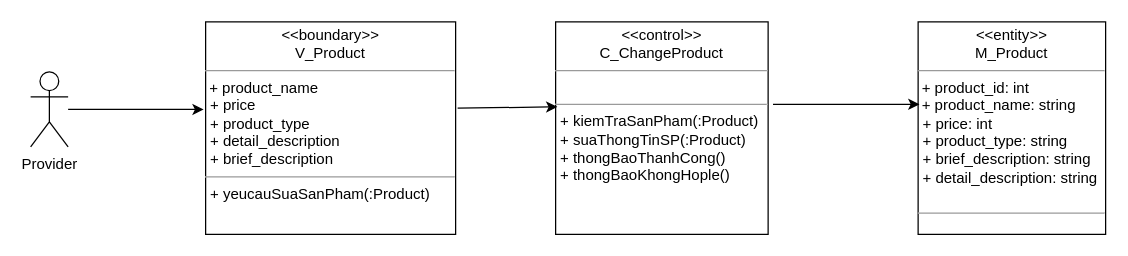
Earlier version of the draw.io diagram Lop_tham_gia_Usecase/Duy's ClassUC/SuaSanPhamClass.drawio (hoangminh15/PTTKHT). Source tidied: cells renumbered, new cells numbered last; positions are measured from the earlier drawing's top-left corner, leaving out a move shared by most shapes. Both pictures are drawn from the tidied source at 125%, with x=0, y=0 at pixel (30, 21).
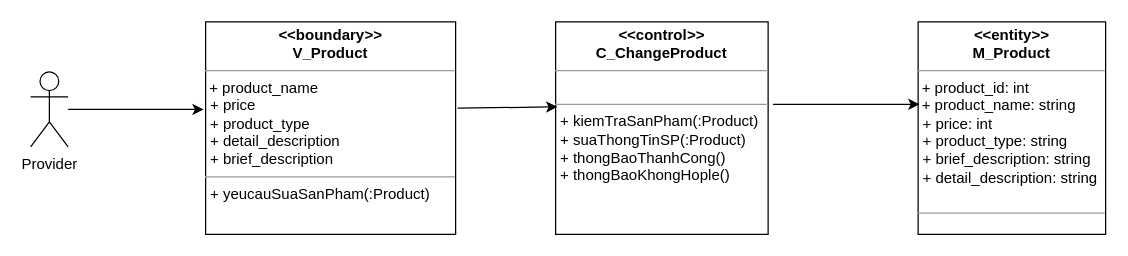
After the change.

What changed in the source:
```diff
@@
 <mxGraphModel>
   <root>
     <mxCell id="0" />
     <mxCell id="1" parent="0" />
     <mxCell id="2" value="Provider" style="shape=umlActor;verticalLabelPosition=bottom;verticalAlign=top;html=1;" parent="1" vertex="1">
       <mxGeometry y="40" width="30" height="60" as="geometry" />
     </mxCell>
-    <mxCell id="3" value="&lt;p style=&quot;margin: 0px ; margin-top: 4px ; text-align: center&quot;&gt;&lt;i&gt;&amp;lt;&lt;/i&gt;&amp;lt;boundary&lt;i&gt;&amp;gt;&amp;gt;&lt;/i&gt;&lt;br&gt;V_Product&lt;/p&gt;&lt;hr size=&quot;1&quot;&gt;&amp;nbsp;+ product_name&lt;br&gt;&lt;p style=&quot;margin: 0px ; margin-left: 4px&quot;&gt;+ price&lt;br&gt;&lt;/p&gt;&lt;p style=&quot;margin: 0px ; margin-left: 4px&quot;&gt;+ product_type&lt;br&gt;&lt;/p&gt;&lt;p style=&quot;margin: 0px ; margin-left: 4px&quot;&gt;+ detail_description&lt;br&gt;&lt;/p&gt;&lt;p style=&quot;margin: 0px ; margin-left: 4px&quot;&gt;+ brief_description&lt;br&gt;&lt;/p&gt;&lt;hr size=&quot;1&quot;&gt;&lt;p style=&quot;margin: 0px ; margin-left: 4px&quot;&gt;+ yeucauSuaSanPham(:Product)&lt;br&gt;&lt;/p&gt;" style="verticalAlign=top;align=left;overflow=fill;fontSize=12;fontFamily=Helvetica;html=1;" parent="1" vertex="1">
+    <mxCell id="3" value="&lt;p style=&quot;margin: 0px ; margin-top: 4px ; text-align: center&quot;&gt;&lt;b&gt;&lt;i&gt;&amp;lt;&lt;/i&gt;&amp;lt;boundary&lt;i&gt;&amp;gt;&amp;gt;&lt;/i&gt;&lt;br&gt;V_Product&lt;/b&gt;&lt;/p&gt;&lt;hr size=&quot;1&quot;&gt;&amp;nbsp;+ product_name&lt;br&gt;&lt;p style=&quot;margin: 0px ; margin-left: 4px&quot;&gt;+ price&lt;br&gt;&lt;/p&gt;&lt;p style=&quot;margin: 0px ; margin-left: 4px&quot;&gt;+ product_type&lt;br&gt;&lt;/p&gt;&lt;p style=&quot;margin: 0px ; margin-left: 4px&quot;&gt;+ detail_description&lt;br&gt;&lt;/p&gt;&lt;p style=&quot;margin: 0px ; margin-left: 4px&quot;&gt;+ brief_description&lt;br&gt;&lt;/p&gt;&lt;hr size=&quot;1&quot;&gt;&lt;p style=&quot;margin: 0px ; margin-left: 4px&quot;&gt;+ yeucauSuaSanPham(:Product)&lt;br&gt;&lt;/p&gt;" style="verticalAlign=top;align=left;overflow=fill;fontSize=12;fontFamily=Helvetica;html=1;" parent="1" vertex="1">
       <mxGeometry x="140" width="200" height="170" as="geometry" />
     </mxCell>
-    <mxCell id="4" value="&lt;p style=&quot;margin: 0px ; margin-top: 4px ; text-align: center&quot;&gt;&lt;i&gt;&amp;lt;&lt;/i&gt;&amp;lt;control&lt;i&gt;&amp;gt;&amp;gt;&lt;/i&gt;&lt;br&gt;C_ChangeProduct&lt;/p&gt;&lt;hr size=&quot;1&quot;&gt;&lt;br&gt;&lt;hr size=&quot;1&quot;&gt;&lt;p style=&quot;margin: 0px ; margin-left: 4px&quot;&gt;+ kiemTraSanPham(:Product)&lt;br&gt;&lt;/p&gt;&lt;p style=&quot;margin: 0px ; margin-left: 4px&quot;&gt;+ suaThongTinSP(:Product)&lt;/p&gt;&lt;p style=&quot;margin: 0px ; margin-left: 4px&quot;&gt;+ thongBaoThanhCong()&lt;/p&gt;&lt;p style=&quot;margin: 0px ; margin-left: 4px&quot;&gt;+ thongBaoKhongHople()&lt;/p&gt;" style="verticalAlign=top;align=left;overflow=fill;fontSize=12;fontFamily=Helvetica;html=1;" parent="1" vertex="1">
+    <mxCell id="4" value="&lt;p style=&quot;margin: 0px ; margin-top: 4px ; text-align: center&quot;&gt;&lt;b&gt;&lt;i&gt;&amp;lt;&lt;/i&gt;&amp;lt;control&lt;i&gt;&amp;gt;&amp;gt;&lt;/i&gt;&lt;br&gt;C_ChangeProduct&lt;/b&gt;&lt;/p&gt;&lt;hr size=&quot;1&quot;&gt;&lt;br&gt;&lt;hr size=&quot;1&quot;&gt;&lt;p style=&quot;margin: 0px ; margin-left: 4px&quot;&gt;+ kiemTraSanPham(:Product)&lt;br&gt;&lt;/p&gt;&lt;p style=&quot;margin: 0px ; margin-left: 4px&quot;&gt;+ suaThongTinSP(:Product)&lt;/p&gt;&lt;p style=&quot;margin: 0px ; margin-left: 4px&quot;&gt;+ thongBaoThanhCong()&lt;/p&gt;&lt;p style=&quot;margin: 0px ; margin-left: 4px&quot;&gt;+ thongBaoKhongHople()&lt;/p&gt;" style="verticalAlign=top;align=left;overflow=fill;fontSize=12;fontFamily=Helvetica;html=1;" parent="1" vertex="1">
       <mxGeometry x="420" width="170" height="170" as="geometry" />
     </mxCell>
     <mxCell id="5" style="endArrow=classic;html=1;exitX=1.008;exitY=0.406;exitDx=0;exitDy=0;exitPerimeter=0;entryX=0.008;entryY=0.4;entryDx=0;entryDy=0;entryPerimeter=0;" parent="1" edge="1" source="3" target="4">
       <mxGeometry relative="1" as="geometry" />
     </mxCell>
     <mxCell id="6" style="endArrow=classic;html=1;entryX=-0.008;entryY=0.412;entryDx=0;entryDy=0;entryPerimeter=0;" parent="1" edge="1" source="2" target="3">
       <mxGeometry relative="1" as="geometry" />
     </mxCell>
-    <mxCell id="7" value="&lt;p style=&quot;margin: 0px ; margin-top: 4px ; text-align: center&quot;&gt;&lt;i&gt;&amp;lt;&lt;/i&gt;&amp;lt;entity&lt;i&gt;&amp;gt;&amp;gt;&lt;/i&gt;&lt;br&gt;M_Product&lt;/p&gt;&lt;hr size=&quot;1&quot;&gt;&lt;div&gt;&amp;nbsp;+ product_id: int&lt;br&gt;&lt;/div&gt;&lt;div&gt;&amp;nbsp;+ product_name: string&lt;br&gt;&lt;/div&gt;&lt;p style=&quot;margin: 0px ; margin-left: 4px&quot;&gt;+ price: int&lt;br&gt;&lt;/p&gt;&lt;p style=&quot;margin: 0px ; margin-left: 4px&quot;&gt;+ product_type: string&lt;br&gt;&lt;/p&gt;&lt;p style=&quot;margin: 0px ; margin-left: 4px&quot;&gt;+ brief_description: string&lt;br&gt;&lt;/p&gt;&lt;p style=&quot;margin: 0px ; margin-left: 4px&quot;&gt;+ detail_description: string&lt;br&gt;&lt;/p&gt;&amp;nbsp;&lt;br&gt;&lt;hr size=&quot;1&quot;&gt;&lt;p style=&quot;margin: 0px ; margin-left: 4px&quot;&gt;&lt;br&gt;&lt;br&gt;&lt;/p&gt;" style="verticalAlign=top;align=left;overflow=fill;fontSize=12;fontFamily=Helvetica;html=1;" parent="1" vertex="1">
+    <mxCell id="7" value="&lt;p style=&quot;margin: 0px ; margin-top: 4px ; text-align: center&quot;&gt;&lt;b&gt;&lt;i&gt;&amp;lt;&lt;/i&gt;&amp;lt;entity&lt;i&gt;&amp;gt;&amp;gt;&lt;/i&gt;&lt;br&gt;M_Product&lt;/b&gt;&lt;/p&gt;&lt;hr size=&quot;1&quot;&gt;&lt;div&gt;&amp;nbsp;+ product_id: int&lt;br&gt;&lt;/div&gt;&lt;div&gt;&amp;nbsp;+ product_name: string&lt;br&gt;&lt;/div&gt;&lt;p style=&quot;margin: 0px ; margin-left: 4px&quot;&gt;+ price: int&lt;br&gt;&lt;/p&gt;&lt;p style=&quot;margin: 0px ; margin-left: 4px&quot;&gt;+ product_type: string&lt;br&gt;&lt;/p&gt;&lt;p style=&quot;margin: 0px ; margin-left: 4px&quot;&gt;+ brief_description: string&lt;br&gt;&lt;/p&gt;&lt;p style=&quot;margin: 0px ; margin-left: 4px&quot;&gt;+ detail_description: string&lt;br&gt;&lt;/p&gt;&amp;nbsp;&lt;br&gt;&lt;hr size=&quot;1&quot;&gt;&lt;p style=&quot;margin: 0px ; margin-left: 4px&quot;&gt;&lt;br&gt;&lt;br&gt;&lt;/p&gt;" style="verticalAlign=top;align=left;overflow=fill;fontSize=12;fontFamily=Helvetica;html=1;" parent="1" vertex="1">
       <mxGeometry x="710" width="150" height="170" as="geometry" />
     </mxCell>
     <mxCell id="8" style="endArrow=classic;html=1;exitX=1.023;exitY=0.388;exitDx=0;exitDy=0;exitPerimeter=0;entryX=0.007;entryY=0.388;entryDx=0;entryDy=0;entryPerimeter=0;" parent="1" edge="1" source="4" target="7">
       <mxGeometry relative="1" as="geometry" />
     </mxCell>
   </root>
 </mxGraphModel>
```
